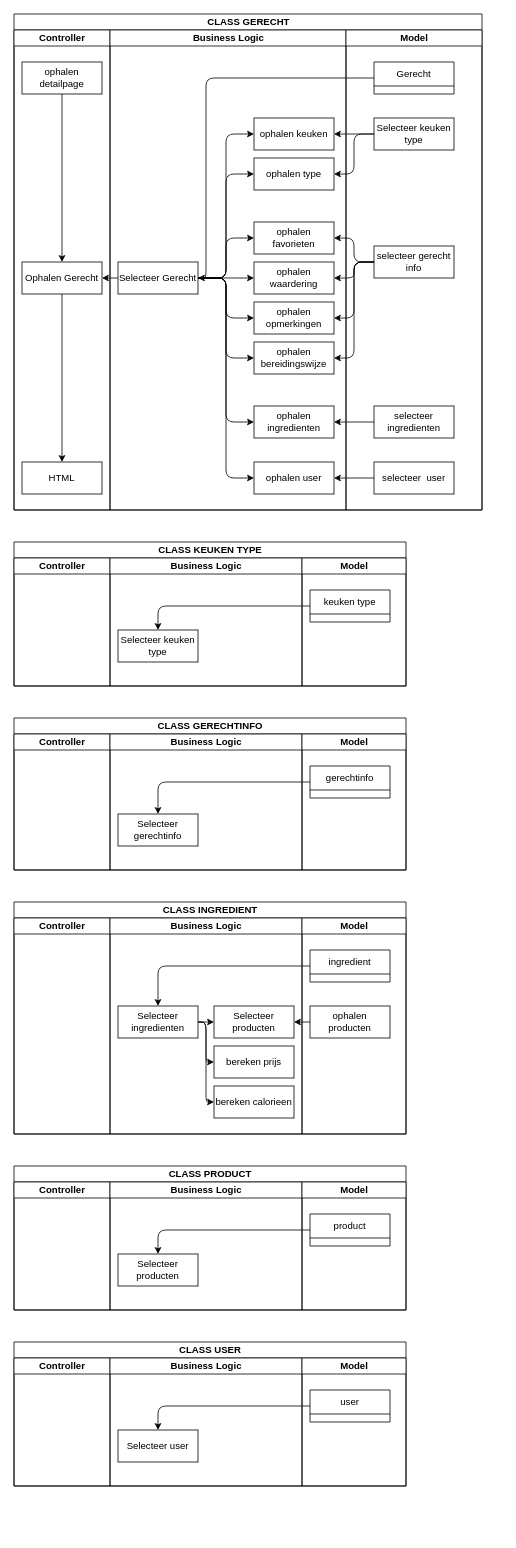
This is page "ophalen home/detailpage" (2 of 2) of documents/design/VER-ASD-functionele_decompositie-MLGS-v1.drawio from MiloSimons/educom-verrukkulluk, a draw.io file, before an edit. Source tidied: cells renumbered, new cells numbered last; positions are measured from the earlier drawing's top-left corner, leaving out a move shared by most shapes. Both pictures are drawn from the tidied source at 80%, with x=0, y=0 at pixel (14, 14).
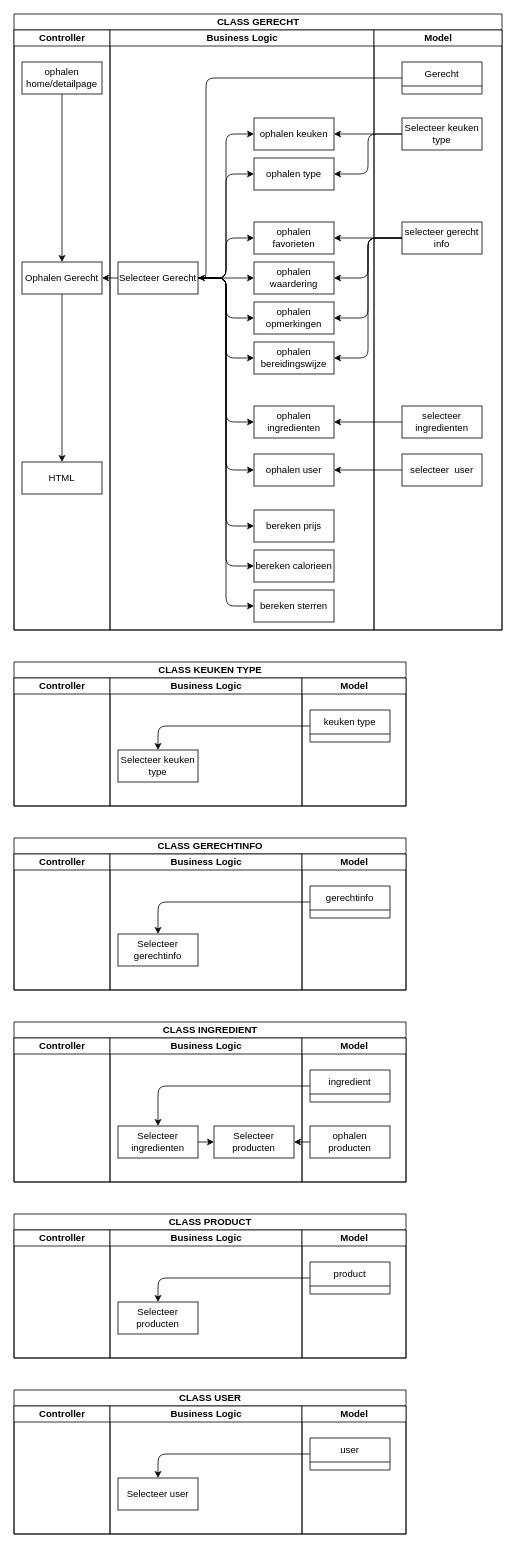
After the change.

The change refers to these unchanged cells:
```xml
<mxCell id="18" value="Selecteer Gerecht" style="rounded=0;whiteSpace=wrap;html=1;" parent="9" vertex="1">
  <mxGeometry x="10" y="290" width="100" height="40" as="geometry" />
</mxCell>
<mxCell id="63" value="Selecteer ingredienten" style="rounded=0;whiteSpace=wrap;html=1;" parent="59" vertex="1">
  <mxGeometry x="10" y="110" width="100" height="40" as="geometry" />
</mxCell>
```

Change to the diagram source:
```diff
@@
     <mxCell id="2" value="CLASS GERECHT" style="swimlane;startSize=20;html=1;" parent="1" vertex="1">
-      <mxGeometry width="585" height="620" as="geometry" />
+      <mxGeometry width="610" height="770" as="geometry" />
     </mxCell>
     <mxCell id="3" value="Controller" style="swimlane;startSize=20;html=1;" parent="2" vertex="1">
-      <mxGeometry y="20" width="120" height="600" as="geometry" />
+      <mxGeometry y="20" width="120" height="750" as="geometry" />
     </mxCell>
@@
-    <mxCell id="5" value="ophalen detailpage" style="rounded=0;whiteSpace=wrap;html=1;" parent="3" vertex="1">
+    <mxCell id="5" value="ophalen home/detailpage" style="rounded=0;whiteSpace=wrap;html=1;" parent="3" vertex="1">
       <mxGeometry x="10" y="40" width="100" height="40" as="geometry" />
     </mxCell>
@@
     <mxCell id="9" value="Business Logic" style="swimlane;startSize=20;html=1;" parent="2" vertex="1">
-      <mxGeometry x="120" y="20" width="295" height="600" as="geometry" />
+      <mxGeometry x="120" y="20" width="330" height="750" as="geometry" />
     </mxCell>
@@
+    <mxCell id="86" style="edgeStyle=orthogonalEdgeStyle;html=1;exitX=1;exitY=0.5;exitDx=0;exitDy=0;entryX=0;entryY=0.5;entryDx=0;entryDy=0;" parent="9" edge="1" source="18" target="65">
+      <mxGeometry relative="1" as="geometry" />
+    </mxCell>
+    <mxCell id="87" style="edgeStyle=orthogonalEdgeStyle;html=1;exitX=1;exitY=0.5;exitDx=0;exitDy=0;entryX=0;entryY=0.5;entryDx=0;entryDy=0;" parent="9" edge="1" source="18" target="66">
+      <mxGeometry relative="1" as="geometry" />
+    </mxCell>
+    <mxCell id="88" style="edgeStyle=orthogonalEdgeStyle;html=1;exitX=1;exitY=0.5;exitDx=0;exitDy=0;entryX=0;entryY=0.5;entryDx=0;entryDy=0;" parent="9" edge="1" source="18" target="89">
+      <mxGeometry relative="1" as="geometry" />
+    </mxCell>
@@
     <mxCell id="25" value="ophalen user" style="rounded=0;whiteSpace=wrap;html=1;" parent="9" vertex="1">
-      <mxGeometry x="180" y="540" width="100" height="40" as="geometry" />
+      <mxGeometry x="180" y="530" width="100" height="40" as="geometry" />
     </mxCell>
@@
+    <mxCell id="65" value="bereken prijs" style="rounded=0;whiteSpace=wrap;html=1;" parent="9" vertex="1">
+      <mxGeometry x="180" y="600" width="100" height="40" as="geometry" />
+    </mxCell>
+    <mxCell id="66" value="bereken calorieen" style="rounded=0;whiteSpace=wrap;html=1;" parent="9" vertex="1">
+      <mxGeometry x="180" y="650" width="100" height="40" as="geometry" />
+    </mxCell>
+    <mxCell id="89" value="bereken sterren" style="rounded=0;whiteSpace=wrap;html=1;" parent="9" vertex="1">
+      <mxGeometry x="180" y="700" width="100" height="40" as="geometry" />
+    </mxCell>
     <mxCell id="27" value="Model" style="swimlane;startSize=20;html=1;" parent="2" vertex="1">
-      <mxGeometry x="415" y="20" width="170" height="600" as="geometry" />
+      <mxGeometry x="450" y="20" width="160" height="750" as="geometry" />
     </mxCell>
@@
     <mxCell id="30" value="selecteer gerecht info" style="rounded=0;whiteSpace=wrap;html=1;" parent="27" vertex="1">
-      <mxGeometry x="35" y="270" width="100" height="40" as="geometry" />
+      <mxGeometry x="35" y="240" width="100" height="40" as="geometry" />
     </mxCell>
@@
     <mxCell id="32" value="selecteer&amp;nbsp; user" style="rounded=0;whiteSpace=wrap;html=1;" parent="27" vertex="1">
-      <mxGeometry x="35" y="540" width="100" height="40" as="geometry" />
+      <mxGeometry x="35" y="530" width="100" height="40" as="geometry" />
     </mxCell>
@@
     <mxCell id="43" value="CLASS KEUKEN TYPE" style="swimlane;startSize=20;html=1;" parent="1" vertex="1">
-      <mxGeometry y="660" width="490" height="180" as="geometry" />
+      <mxGeometry y="810" width="490" height="180" as="geometry" />
     </mxCell>
@@
     <mxCell id="50" value="CLASS GERECHTINFO" style="swimlane;startSize=20;html=1;" parent="1" vertex="1">
-      <mxGeometry y="880" width="490" height="190" as="geometry" />
+      <mxGeometry y="1030" width="490" height="190" as="geometry" />
     </mxCell>
@@
     <mxCell id="57" value="CLASS INGREDIENT" style="swimlane;startSize=20;html=1;" parent="1" vertex="1">
-      <mxGeometry y="1110" width="490" height="290" as="geometry" />
+      <mxGeometry y="1260" width="490" height="200" as="geometry" />
     </mxCell>
     <mxCell id="58" value="Controller" style="swimlane;startSize=20;html=1;" parent="57" vertex="1">
-      <mxGeometry y="20" width="120" height="270" as="geometry" />
+      <mxGeometry y="20" width="120" height="180" as="geometry" />
     </mxCell>
     <mxCell id="59" value="Business Logic" style="swimlane;startSize=20;html=1;" parent="57" vertex="1">
-      <mxGeometry x="120" y="20" width="240" height="270" as="geometry" />
+      <mxGeometry x="120" y="20" width="240" height="180" as="geometry" />
     </mxCell>
@@
-    <mxCell id="61" style="edgeStyle=orthogonalEdgeStyle;html=1;exitX=1;exitY=0.5;exitDx=0;exitDy=0;entryX=0;entryY=0.5;entryDx=0;entryDy=0;" parent="59" edge="1" source="63" target="65">
-      <mxGeometry relative="1" as="geometry" />
-    </mxCell>
-    <mxCell id="62" style="edgeStyle=orthogonalEdgeStyle;html=1;exitX=1;exitY=0.5;exitDx=0;exitDy=0;entryX=0;entryY=0.5;entryDx=0;entryDy=0;" parent="59" edge="1" source="63" target="66">
-      <mxGeometry relative="1" as="geometry" />
-    </mxCell>
@@
-    <mxCell id="65" value="bereken prijs" style="rounded=0;whiteSpace=wrap;html=1;" parent="59" vertex="1">
-      <mxGeometry x="130" y="160" width="100" height="40" as="geometry" />
-    </mxCell>
-    <mxCell id="66" value="bereken calorieen" style="rounded=0;whiteSpace=wrap;html=1;" parent="59" vertex="1">
-      <mxGeometry x="130" y="210" width="100" height="40" as="geometry" />
-    </mxCell>
     <mxCell id="67" value="Model" style="swimlane;startSize=20;html=1;" parent="57" vertex="1">
-      <mxGeometry x="360" y="20" width="130" height="270" as="geometry" />
+      <mxGeometry x="360" y="20" width="130" height="180" as="geometry" />
     </mxCell>
@@
     <mxCell id="72" value="CLASS PRODUCT" style="swimlane;startSize=20;html=1;" parent="1" vertex="1">
-      <mxGeometry y="1440" width="490" height="180" as="geometry" />
+      <mxGeometry y="1500" width="490" height="180" as="geometry" />
     </mxCell>
@@
     <mxCell id="79" value="CLASS USER" style="swimlane;startSize=20;html=1;" parent="1" vertex="1">
-      <mxGeometry y="1660" width="490" height="180" as="geometry" />
+      <mxGeometry y="1720" width="490" height="180" as="geometry" />
     </mxCell>
```
